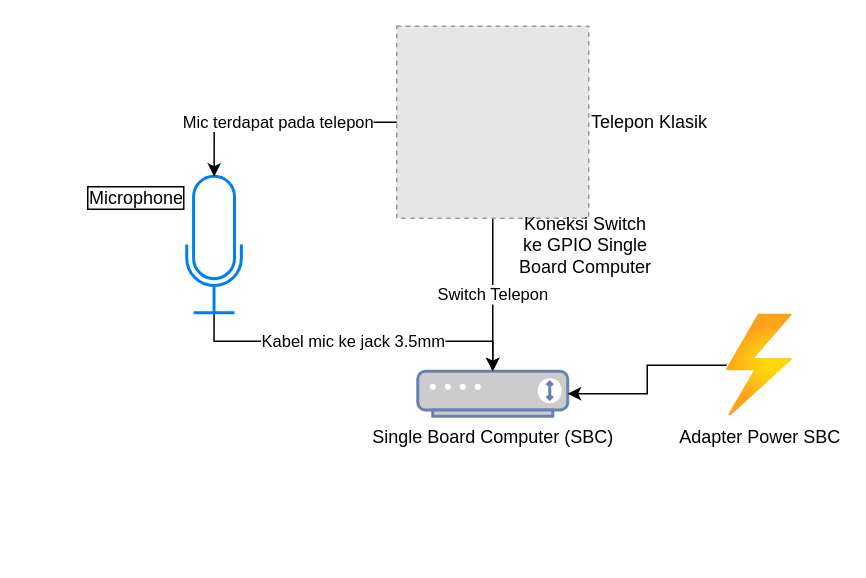
samiframadhan/drawio keeps this draw.io diagram as Telefon.drawio. Above is the earlier version. Source tidied: cells renumbered, new cells numbered last; positions are measured from the earlier drawing's top-left corner, leaving out a move shared by most shapes. Both pictures are drawn from the tidied source at 150%, with x=0, y=0 at pixel (186, 26). Pictures stored in the file or linked from it are replaced by grey dashed boxes.
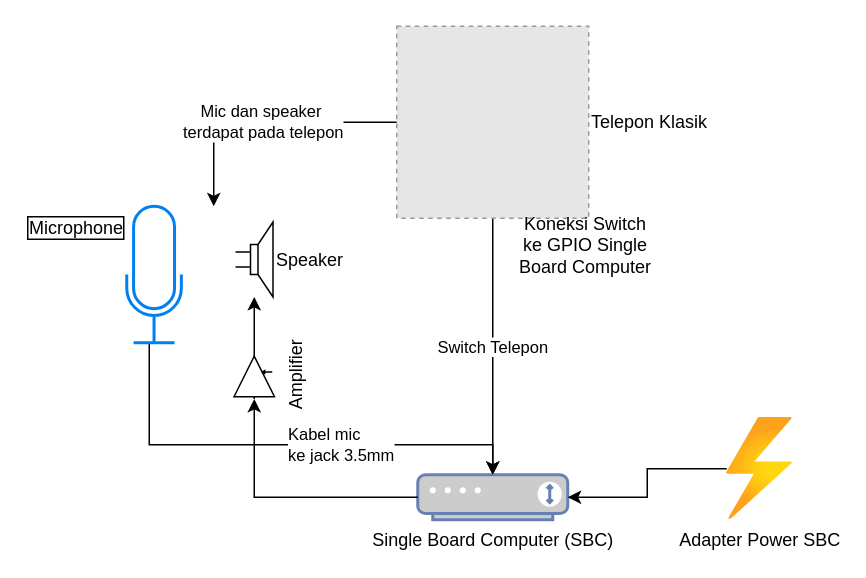
Above is the later version.

Change to the diagram source:
```diff
@@
 <mxGraphModel>
   <root>
     <mxCell id="0" />
     <mxCell id="1" parent="0" />
     <mxCell id="2" value="Switch Telepon" style="edgeStyle=orthogonalEdgeStyle;rounded=0;jettySize=auto;html=1;" parent="1" edge="1" source="3" target="4">
       <mxGeometry relative="1" as="geometry" />
     </mxCell>
     <mxCell id="3" value="Telepon Klasik" style="fillColor=#E6E6E6;strokeColor=#999999;dashed=1;html=1;verticalAlign=middle;verticalLabelPosition=middle;labelBackgroundColor=#ffffff;labelPosition=right;align=left;" parent="1" vertex="1">
       <mxGeometry x="140" width="128" height="128" as="geometry" />
     </mxCell>
     <mxCell id="4" value="Single Board Computer (SBC)" style="fontColor=#000000;verticalAlign=top;verticalLabelPosition=bottom;labelPosition=center;align=center;html=1;outlineConnect=0;fillColor=#CCCCCC;strokeColor=#6881B3;gradientColor=none;gradientDirection=north;strokeWidth=2;shape=mxgraph.networks.modem;" parent="1" vertex="1">
-      <mxGeometry x="154" y="230" width="100" height="30" as="geometry" />
+      <mxGeometry x="154" y="299" width="100" height="30" as="geometry" />
     </mxCell>
-    <mxCell id="5" value="Kabel mic ke jack 3.5mm" style="edgeStyle=orthogonalEdgeStyle;rounded=0;jettySize=auto;html=1;" parent="1" edge="1" source="6" target="4">
+    <mxCell id="5" value="Kabel mic&amp;nbsp;&lt;div&gt;ke jack 3.5mm&lt;/div&gt;" style="edgeStyle=orthogonalEdgeStyle;rounded=0;jettySize=auto;html=1;labelPosition=right;verticalLabelPosition=middle;align=left;verticalAlign=middle;" parent="1" edge="1" target="4">
       <mxGeometry relative="1" as="geometry">
+        <mxPoint x="-25" y="211" as="sourcePoint" />
         <Array as="points">
-          <mxPoint x="18" y="210" />
-          <mxPoint x="204" y="210" />
+          <mxPoint x="-25" y="279" />
+          <mxPoint x="204" y="279" />
         </Array>
       </mxGeometry>
     </mxCell>
     <mxCell id="6" value="Microphone" style="html=1;verticalLabelPosition=middle;align=right;labelBackgroundColor=#ffffff;verticalAlign=top;strokeWidth=2;strokeColor=#0080F0;shadow=0;dashed=0;shape=mxgraph.ios7.icons.microphone;labelBorderColor=default;labelPosition=left;" parent="1" vertex="1">
-      <mxGeometry y="100" width="36.4" height="91" as="geometry" />
+      <mxGeometry x="-40" y="120" width="36.4" height="91" as="geometry" />
     </mxCell>
-    <mxCell id="7" value="Mic terdapat pada telepon" style="edgeStyle=orthogonalEdgeStyle;rounded=0;jettySize=auto;html=1;entryX=0.502;entryY=0.003;entryDx=0;entryDy=0;entryPerimeter=0;" parent="1" edge="1" source="3" target="6">
+    <mxCell id="7" value="Mic dan speaker&amp;nbsp;&lt;div&gt;terdapat pada telepon&lt;/div&gt;" style="edgeStyle=orthogonalEdgeStyle;rounded=0;jettySize=auto;html=1;" parent="1" edge="1" source="3">
       <mxGeometry relative="1" as="geometry">
+        <mxPoint x="18" y="120" as="targetPoint" />
         <Array as="points">
           <mxPoint x="18" y="64" />
           <mxPoint x="18" y="100" />
         </Array>
       </mxGeometry>
     </mxCell>
     <mxCell id="8" value="Koneksi Switch ke GPIO Single Board Computer" style="text;html=1;align=center;verticalAlign=middle;whiteSpace=wrap;rounded=0;" parent="1" vertex="1">
       <mxGeometry x="220" y="130.5" width="92" height="30" as="geometry" />
     </mxCell>
     <mxCell id="9" style="edgeStyle=orthogonalEdgeStyle;rounded=0;jettySize=auto;html=1;" parent="1" edge="1" source="10" target="4">
       <mxGeometry relative="1" as="geometry" />
     </mxCell>
     <mxCell id="10" value="Adapter Power SBC" style="image;html=1;points=[];align=center;fontSize=12;image=img/lib/azure2/general/Power.svg;" parent="1" vertex="1">
-      <mxGeometry x="360" y="192" width="44" height="68" as="geometry" />
+      <mxGeometry x="360" y="261" width="44" height="68" as="geometry" />
     </mxCell>
+    <mxCell id="11" value="Speaker" style="verticalLabelPosition=middle;shadow=0;dashed=0;align=left;html=1;verticalAlign=middle;shape=mxgraph.electrical.electro-mechanical.loudspeaker;labelPosition=right;" parent="1" vertex="1">
+      <mxGeometry x="32.5" y="130.5" width="25" height="50" as="geometry" />
+    </mxCell>
+    <mxCell id="12" style="edgeStyle=orthogonalEdgeStyle;rounded=0;jettySize=auto;html=1;" parent="1" edge="1" source="13" target="11">
+      <mxGeometry relative="1" as="geometry" />
+    </mxCell>
+    <mxCell id="13" value="Amplifier" style="verticalLabelPosition=bottom;shadow=0;dashed=0;align=center;html=1;verticalAlign=top;shape=mxgraph.electrical.abstract.controlled_amplifier;rotation=-90;" parent="1" vertex="1">
+      <mxGeometry x="30" y="220" width="30" height="27" as="geometry" />
+    </mxCell>
+    <mxCell id="14" style="edgeStyle=orthogonalEdgeStyle;rounded=0;jettySize=auto;html=1;entryX=0;entryY=0.5;entryDx=0;entryDy=0;entryPerimeter=0;" parent="1" edge="1" source="4" target="13">
+      <mxGeometry relative="1" as="geometry" />
+    </mxCell>
   </root>
 </mxGraphModel>
```
